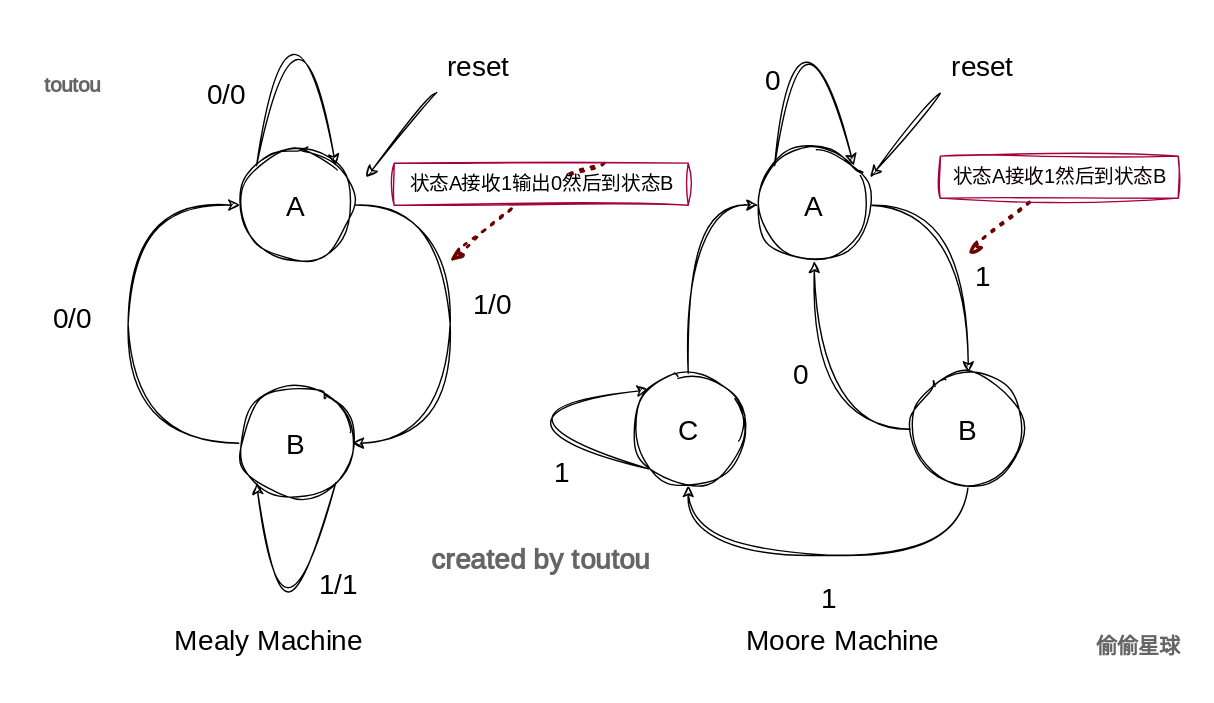
The draw.io diagram img/DC/fsm.drawio.svg in Khan3x/khan3x.github.io, before a commit. Source tidied: cells renumbered, new cells last; positions are measured from the earlier drawing's top-left corner, leaving out a move shared by most shapes.
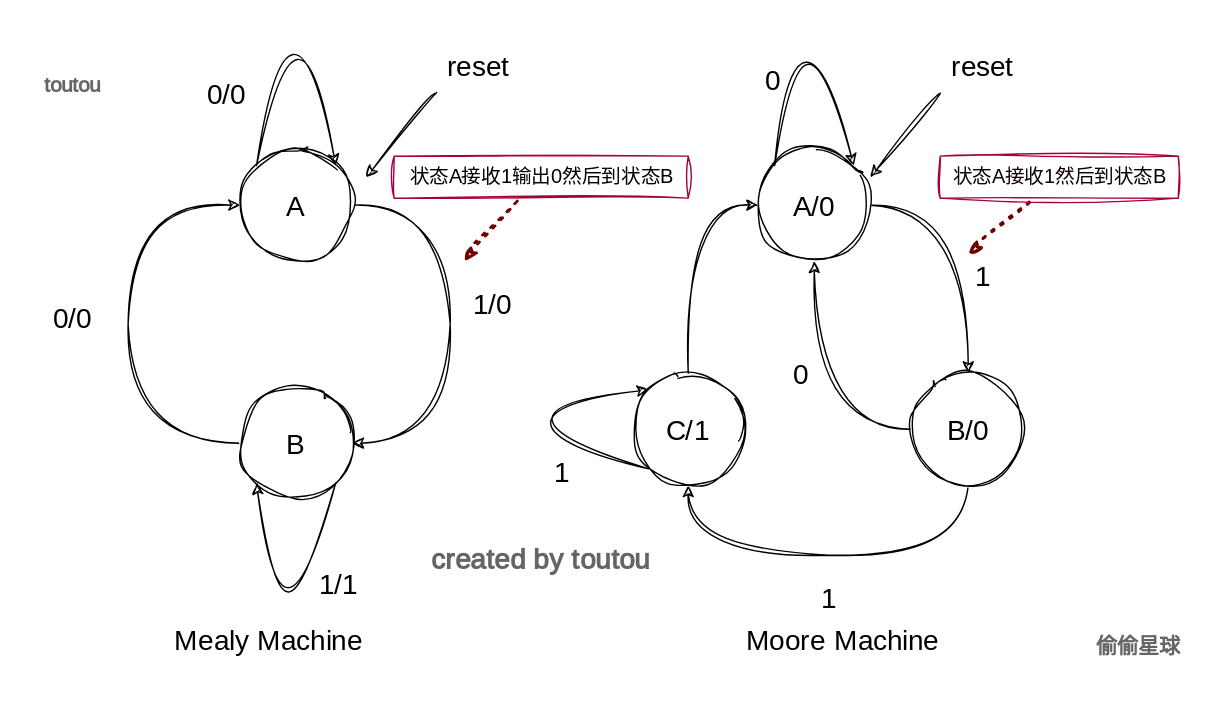
Later version of the same file.

Change to the diagram source:
```diff
@@ -27,7 +27,7 @@
     <mxCell id="6" style="edgeStyle=orthogonalEdgeStyle;curved=1;sketch=1;hachureGap=4;jiggle=2;curveFitting=1;html=1;exitX=1;exitY=0.5;exitDx=0;exitDy=0;entryX=0.5;entryY=0;entryDx=0;entryDy=0;fontFamily=Architects Daughter;fontSource=https%3A%2F%2Ffonts.googleapis.com%2Fcss%3Ffamily%3DArchitects%2BDaughter;fontSize=16;" parent="1" edge="1" source="7" target="10">
       <mxGeometry relative="1" as="geometry" />
     </mxCell>
-    <mxCell id="7" value="A" style="ellipse;whiteSpace=wrap;html=1;sketch=1;hachureGap=4;jiggle=2;curveFitting=1;fontFamily=Architects Daughter;fontSource=https%3A%2F%2Ffonts.googleapis.com%2Fcss%3Ffamily%3DArchitects%2BDaughter;fontSize=20;" parent="1" vertex="1">
+    <mxCell id="7" value="A/0" style="ellipse;whiteSpace=wrap;html=1;sketch=1;hachureGap=4;jiggle=2;curveFitting=1;fontFamily=Architects Daughter;fontSource=https%3A%2F%2Ffonts.googleapis.com%2Fcss%3Ffamily%3DArchitects%2BDaughter;fontSize=20;" parent="1" vertex="1">
       <mxGeometry x="541" y="140" width="80" height="80" as="geometry" />
     </mxCell>
     <mxCell id="8" style="edgeStyle=orthogonalEdgeStyle;curved=1;sketch=1;hachureGap=4;jiggle=2;curveFitting=1;html=1;exitX=0.5;exitY=1;exitDx=0;exitDy=0;entryX=0.5;entryY=1;entryDx=0;entryDy=0;fontFamily=Architects Daughter;fontSource=https%3A%2F%2Ffonts.googleapis.com%2Fcss%3Ffamily%3DArchitects%2BDaughter;fontSize=16;" parent="1" edge="1" source="10" target="12">
@@ -41,13 +41,13 @@
     <mxCell id="9" style="edgeStyle=orthogonalEdgeStyle;curved=1;sketch=1;hachureGap=4;jiggle=2;curveFitting=1;html=1;exitX=0;exitY=0.5;exitDx=0;exitDy=0;entryX=0.5;entryY=1;entryDx=0;entryDy=0;fontFamily=Architects Daughter;fontSource=https%3A%2F%2Ffonts.googleapis.com%2Fcss%3Ffamily%3DArchitects%2BDaughter;fontSize=16;" parent="1" edge="1" source="10" target="7">
       <mxGeometry relative="1" as="geometry" />
     </mxCell>
-    <mxCell id="10" value="B" style="ellipse;whiteSpace=wrap;html=1;sketch=1;hachureGap=4;jiggle=2;curveFitting=1;fontFamily=Architects Daughter;fontSource=https%3A%2F%2Ffonts.googleapis.com%2Fcss%3Ffamily%3DArchitects%2BDaughter;fontSize=20;" parent="1" vertex="1">
+    <mxCell id="10" value="B/0" style="ellipse;whiteSpace=wrap;html=1;sketch=1;hachureGap=4;jiggle=2;curveFitting=1;fontFamily=Architects Daughter;fontSource=https%3A%2F%2Ffonts.googleapis.com%2Fcss%3Ffamily%3DArchitects%2BDaughter;fontSize=20;" parent="1" vertex="1">
       <mxGeometry x="651" y="300" width="80" height="80" as="geometry" />
     </mxCell>
     <mxCell id="11" style="edgeStyle=orthogonalEdgeStyle;curved=1;sketch=1;hachureGap=4;jiggle=2;curveFitting=1;html=1;exitX=0.5;exitY=0;exitDx=0;exitDy=0;entryX=0;entryY=0.5;entryDx=0;entryDy=0;fontFamily=Architects Daughter;fontSource=https%3A%2F%2Ffonts.googleapis.com%2Fcss%3Ffamily%3DArchitects%2BDaughter;fontSize=16;" parent="1" edge="1" source="12" target="7">
       <mxGeometry relative="1" as="geometry" />
     </mxCell>
-    <mxCell id="12" value="C" style="ellipse;whiteSpace=wrap;html=1;sketch=1;hachureGap=4;jiggle=2;curveFitting=1;fontFamily=Architects Daughter;fontSource=https%3A%2F%2Ffonts.googleapis.com%2Fcss%3Ffamily%3DArchitects%2BDaughter;fontSize=20;" parent="1" vertex="1">
+    <mxCell id="12" value="C/1" style="ellipse;whiteSpace=wrap;html=1;sketch=1;hachureGap=4;jiggle=2;curveFitting=1;fontFamily=Architects Daughter;fontSource=https%3A%2F%2Ffonts.googleapis.com%2Fcss%3Ffamily%3DArchitects%2BDaughter;fontSize=20;" parent="1" vertex="1">
       <mxGeometry x="451" y="300" width="80" height="80" as="geometry" />
     </mxCell>
     <mxCell id="13" style="edgeStyle=orthogonalEdgeStyle;curved=1;sketch=1;hachureGap=4;jiggle=2;curveFitting=1;html=1;exitX=0;exitY=0;exitDx=0;exitDy=0;entryX=1;entryY=0;entryDx=0;entryDy=0;fontFamily=Architects Daughter;fontSource=https%3A%2F%2Ffonts.googleapis.com%2Fcss%3Ffamily%3DArchitects%2BDaughter;fontSize=16;" parent="1" edge="1" source="3" target="3">
@@ -129,18 +129,8 @@
     <mxCell id="31" value="Moore Machine" style="text;html=1;align=center;verticalAlign=middle;strokeColor=none;fillColor=none;fontSize=20;fontFamily=Architects Daughter;sketch=1;hachureGap=4;jiggle=2;curveFitting=1;fontSource=https%3A%2F%2Ffonts.googleapis.com%2Fcss%3Ffamily%3DArchitects%2BDaughter;" parent="1" vertex="1">
       <mxGeometry x="516" y="470" width="170" height="40" as="geometry" />
     </mxCell>
-    <mxCell id="32" style="endArrow=none;dashed=1;html=1;dashPattern=1 3;strokeWidth=2;sketch=1;hachureGap=4;jiggle=2;curveFitting=1;fontFamily=Architects Daughter;fontSource=https%3A%2F%2Ffonts.googleapis.com%2Fcss%3Ffamily%3DArchitects%2BDaughter;fontSize=16;curved=1;endFill=0;startArrow=none;startFill=0;fillColor=#a20025;strokeColor=#6F0000;" parent="1" edge="1" source="34">
-      <mxGeometry relative="1" as="geometry">
-        <mxPoint x="401" y="160" as="targetPoint" />
-      </mxGeometry>
-    </mxCell>
-    <mxCell id="33" style="endArrow=none;dashed=1;html=1;dashPattern=1 3;strokeWidth=2;sketch=1;hachureGap=4;jiggle=2;curveFitting=1;fontFamily=Architects Daughter;fontSource=https%3A%2F%2Ffonts.googleapis.com%2Fcss%3Ffamily%3DArchitects%2BDaughter;fontSize=16;curved=1;endFill=0;startArrow=classicThin;startFill=0;fillColor=#a20025;strokeColor=#6F0000;" parent="1" edge="1" target="34">
-      <mxGeometry relative="1" as="geometry">
-        <mxPoint x="321" y="220" as="sourcePoint" />
-      </mxGeometry>
-    </mxCell>
     <mxCell id="34" value="状态A接收1输出0然后到状态B" style="text;html=1;align=center;verticalAlign=middle;points=[];strokeColor=#A50040;fillColor=none;fontSize=14;fontFamily=Architects Daughter;sketch=1;hachureGap=4;jiggle=2;curveFitting=1;fontSource=https%3A%2F%2Ffonts.googleapis.com%2Fcss%3Ffamily%3DArchitects%2BDaughter;fontColor=#000000;" parent="1" vertex="1">
-      <mxGeometry x="281" y="150" width="210" height="30" as="geometry" />
+      <mxGeometry x="281" y="145" width="210" height="30" as="geometry" />
     </mxCell>
     <mxCell id="35" style="endArrow=none;dashed=1;html=1;dashPattern=1 3;strokeWidth=2;sketch=1;hachureGap=4;jiggle=2;curveFitting=1;fontFamily=Architects Daughter;fontSource=https%3A%2F%2Ffonts.googleapis.com%2Fcss%3Ffamily%3DArchitects%2BDaughter;fontSize=16;curved=1;endFill=0;startArrow=classicThin;startFill=0;fillColor=#a20025;strokeColor=#6F0000;" parent="1" edge="1" target="36">
       <mxGeometry relative="1" as="geometry">
@@ -159,5 +149,10 @@
     <mxCell id="39" value="&lt;h1&gt;&lt;font style=&quot;font-size: 15px;&quot;&gt;toutou&lt;/font&gt;&lt;br&gt;&lt;/h1&gt;" style="text;html=1;strokeColor=none;fillColor=none;align=center;verticalAlign=middle;whiteSpace=wrap;rounded=0;shadow=1;fontFamily=Architects Daughter;textOpacity=60;fontSource=https%3A%2F%2Ffonts.googleapis.com%2Fcss%3Ffamily%3DArchitects%2BDaughter;sketch=1;curveFitting=1;jiggle=2;labelBackgroundColor=none;fontColor=default;hachureGap=4;fontSize=20;" parent="1" vertex="1">
       <mxGeometry x="-0.2" y="70" width="102.5" height="30" as="geometry" />
     </mxCell>
+    <mxCell id="40" style="endArrow=none;dashed=1;html=1;dashPattern=1 3;strokeWidth=2;sketch=1;hachureGap=4;jiggle=2;curveFitting=1;fontFamily=Architects Daughter;fontSource=https%3A%2F%2Ffonts.googleapis.com%2Fcss%3Ffamily%3DArchitects%2BDaughter;fontSize=16;curved=1;endFill=0;startArrow=classicThin;startFill=0;fillColor=#a20025;strokeColor=#6F0000;entryX=0.419;entryY=1.067;entryDx=0;entryDy=0;entryPerimeter=0;" parent="1" edge="1" target="34">
+      <mxGeometry relative="1" as="geometry">
+        <mxPoint x="331" y="220" as="sourcePoint" />
+      </mxGeometry>
+    </mxCell>
   </root>
 </mxGraphModel>
```
